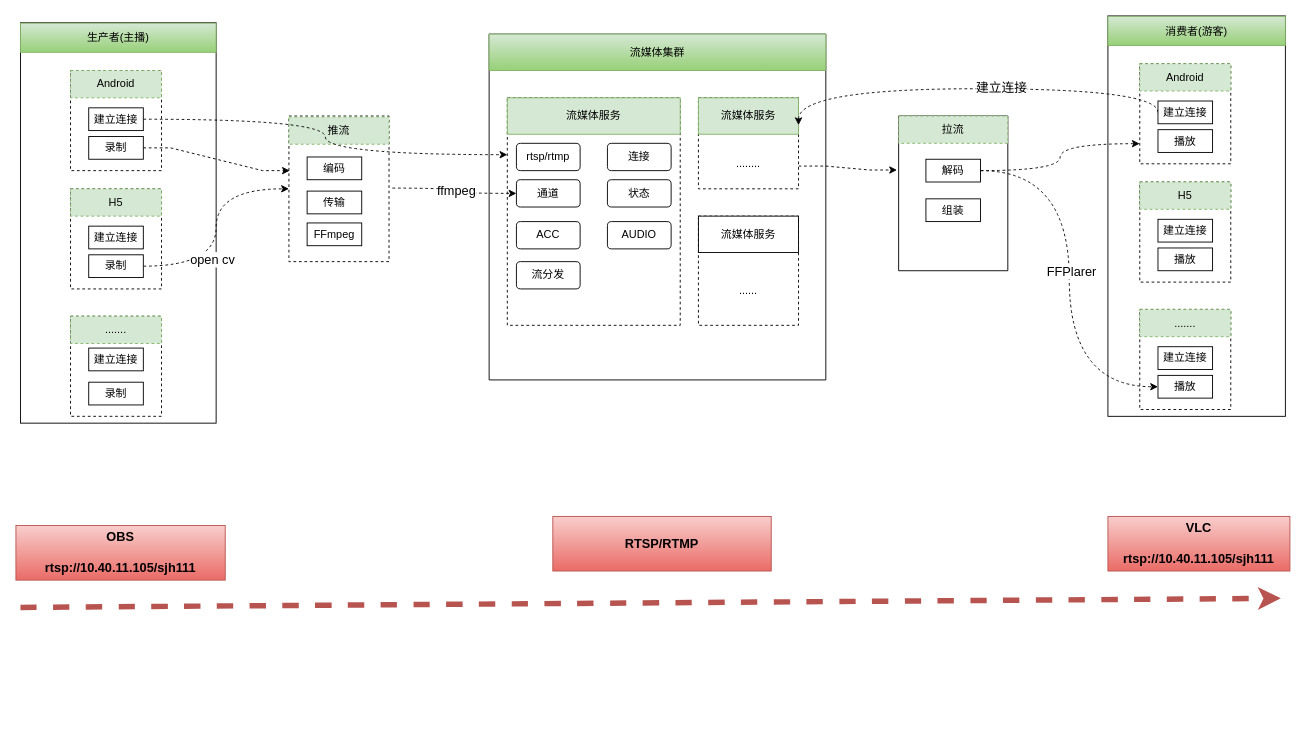
Earlier version of the draw.io diagram 平台2.0/流媒体服务架构.drawio (Msimplehub/abbysun). Source tidied: cells renumbered, new cells numbered last; positions are measured from the earlier drawing's top-left corner, leaving out a move shared by most shapes. Both pictures are drawn from the tidied source at 91%, with x=0, y=0 at pixel (15, 15).
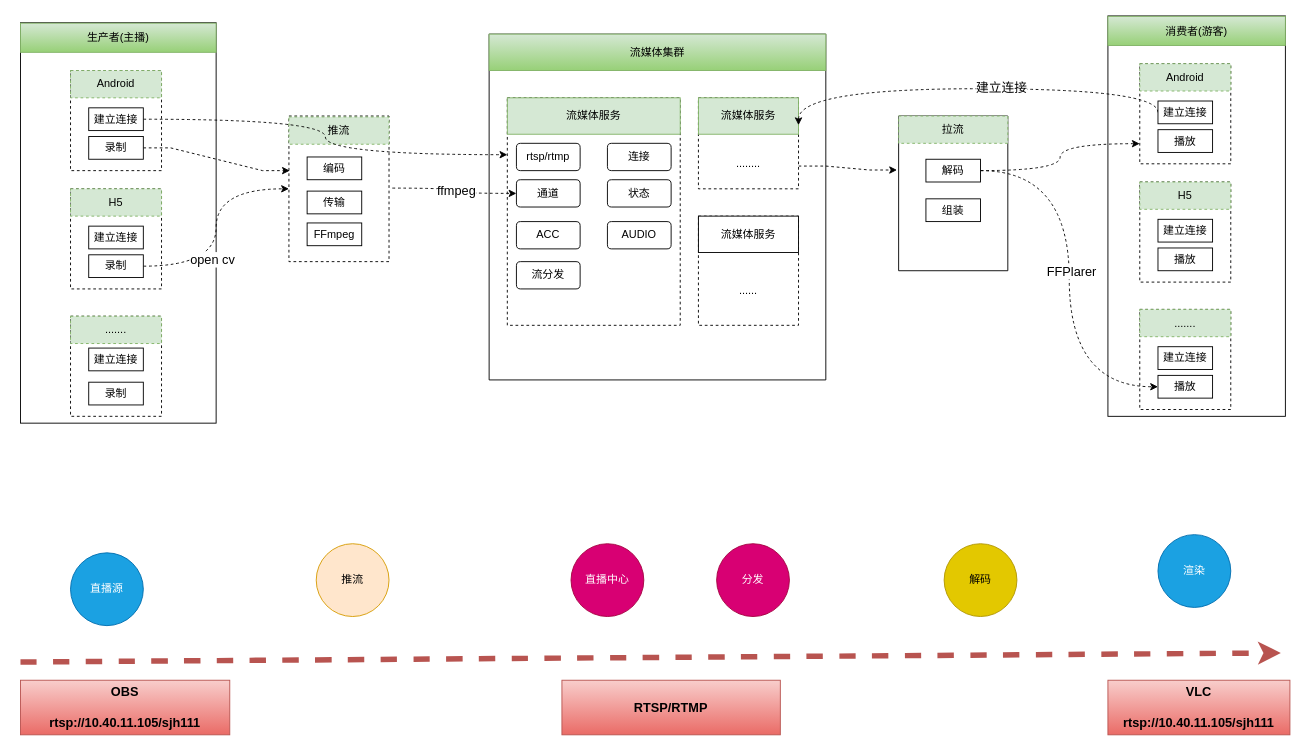
The same page after the edit.

Commit message (it also covers changes not shown here):
更新流媒体服务架构.drawio

What changed in the source:
```diff
@@
     <mxCell id="66" style="endArrow=classic;html=1;rounded=0;dashed=1;fontSize=14;curved=1;fillColor=#f8cecc;gradientColor=#ea6b66;strokeColor=#b85450;strokeWidth=6;" parent="1" edge="1">
       <mxGeometry relative="1" as="geometry">
-        <mxPoint x="5" y="650" as="sourcePoint" />
-        <mxPoint x="1390" y="640" as="targetPoint" />
+        <mxPoint x="5" y="710" as="sourcePoint" />
+        <mxPoint x="1390" y="700" as="targetPoint" />
       </mxGeometry>
     </mxCell>
     <mxCell id="67" value="&lt;b&gt;OBS&lt;br&gt;&lt;br&gt;rtsp://10.40.11.105/sjh111&lt;/b&gt;" style="rounded=0;whiteSpace=wrap;html=1;fontSize=14;fillColor=#f8cecc;gradientColor=#ea6b66;strokeColor=#b85450;" parent="1" vertex="1">
-      <mxGeometry y="560" width="230" height="60" as="geometry" />
+      <mxGeometry x="5" y="730" width="230" height="60" as="geometry" />
     </mxCell>
     <mxCell id="68" value="&lt;b&gt;RTSP/RTMP&lt;/b&gt;" style="rounded=0;whiteSpace=wrap;html=1;fontSize=14;fillColor=#f8cecc;gradientColor=#ea6b66;strokeColor=#b85450;" parent="1" vertex="1">
-      <mxGeometry x="590" y="550" width="240" height="60" as="geometry" />
+      <mxGeometry x="600" y="730" width="240" height="60" as="geometry" />
     </mxCell>
     <mxCell id="69" value="&lt;b style=&quot;&quot;&gt;VLC&lt;br&gt;&lt;br&gt;rtsp://10.40.11.105/sjh111&lt;/b&gt;" style="rounded=0;whiteSpace=wrap;html=1;fontSize=14;fillColor=#f8cecc;gradientColor=#ea6b66;strokeColor=#b85450;align=center;" parent="1" vertex="1">
-      <mxGeometry x="1200" y="550" width="200" height="60" as="geometry" />
+      <mxGeometry x="1200" y="730" width="200" height="60" as="geometry" />
     </mxCell>
+    <mxCell id="70" value="直播源" style="ellipse;whiteSpace=wrap;html=1;fillColor=#1ba1e2;fontColor=#ffffff;strokeColor=#006EAF;" parent="1" vertex="1">
+      <mxGeometry x="60" y="590" width="80" height="80" as="geometry" />
+    </mxCell>
+    <mxCell id="71" value="推流" style="ellipse;whiteSpace=wrap;html=1;fillColor=#ffe6cc;strokeColor=#d79b00;" parent="1" vertex="1">
+      <mxGeometry x="330" y="580" width="80" height="80" as="geometry" />
+    </mxCell>
+    <mxCell id="72" value="直播中心" style="ellipse;whiteSpace=wrap;html=1;fillColor=#d80073;fontColor=#ffffff;strokeColor=#A50040;" parent="1" vertex="1">
+      <mxGeometry x="610" y="580" width="80" height="80" as="geometry" />
+    </mxCell>
+    <mxCell id="73" value="分发" style="ellipse;whiteSpace=wrap;html=1;fillColor=#d80073;fontColor=#ffffff;strokeColor=#A50040;" parent="1" vertex="1">
+      <mxGeometry x="770" y="580" width="80" height="80" as="geometry" />
+    </mxCell>
+    <mxCell id="74" value="解码" style="ellipse;whiteSpace=wrap;html=1;fillColor=#e3c800;fontColor=#000000;strokeColor=#B09500;" parent="1" vertex="1">
+      <mxGeometry x="1020" y="580" width="80" height="80" as="geometry" />
+    </mxCell>
+    <mxCell id="75" value="渲染" style="ellipse;whiteSpace=wrap;html=1;fillColor=#1ba1e2;fontColor=#ffffff;strokeColor=#006EAF;" parent="1" vertex="1">
+      <mxGeometry x="1255" y="570" width="80" height="80" as="geometry" />
+    </mxCell>
```
